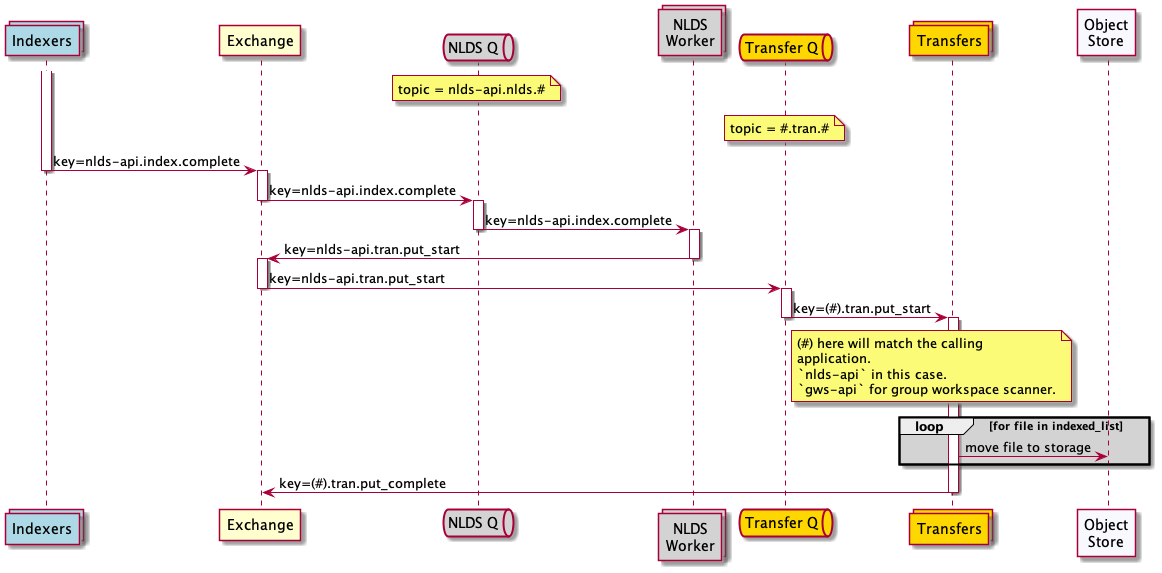
cedadev/nlds keeps this PlantUML diagram as docs/spec/uml/message_flow_put2.png. Above is the earlier version.
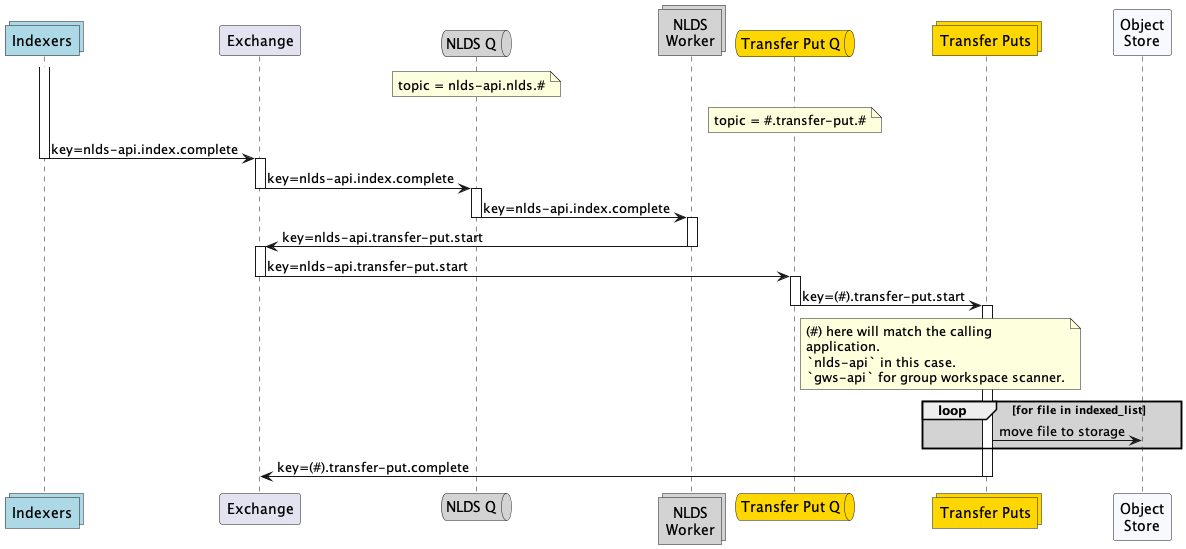
After the commit.

What changed in the source:
```diff
@@ -9,11 +9,11 @@
     topic = nlds-api.nlds.#
 end note
 collections work as "NLDS\nWorker" #lightgrey
-queue qt as "Transfer Q" #gold
+queue qt as "Transfer Put Q" #gold
 note over qt
-    topic = #.tran.#
+    topic = #.transfer-put.#
 end note
-collections tran as "Transfers" #gold
+collections transfer_puts as "Transfer Puts" #gold
 
 participant obj as "Object\nStore" #GhostWhite
 
@@ -27,13 +27,13 @@
 qw -> work : key=nlds-api.index.complete
 deactivate qw
 activate work
-work -> wex  : key=nlds-api.tran.put_start
+work -> wex  : key=nlds-api.transfer-put.start
 deactivate work
 activate wex
-wex -> qt : key=nlds-api.tran.put_start
+wex -> qt : key=nlds-api.transfer-put.start
 deactivate wex
 activate qt
-qt -> tran : key=(#).tran.put_start
+qt -> transfer_puts : key=(#).transfer-put.start
 deactivate qt
 note right of qt
     (#) here will match the calling
@@ -42,10 +42,10 @@
     `gws-api` for group workspace scanner.
 end note
 
-activate tran
+activate transfer_puts
 loop #lightgrey for file in indexed_list
-    tran -> obj : move file to storage
+    transfer_puts -> obj : move file to storage
 end
-tran -> wex : key=(#).tran.put_complete
-deactivate tran
+transfer_puts -> wex : key=(#).transfer-put.complete
+deactivate transfer_puts
 @enduml
```
